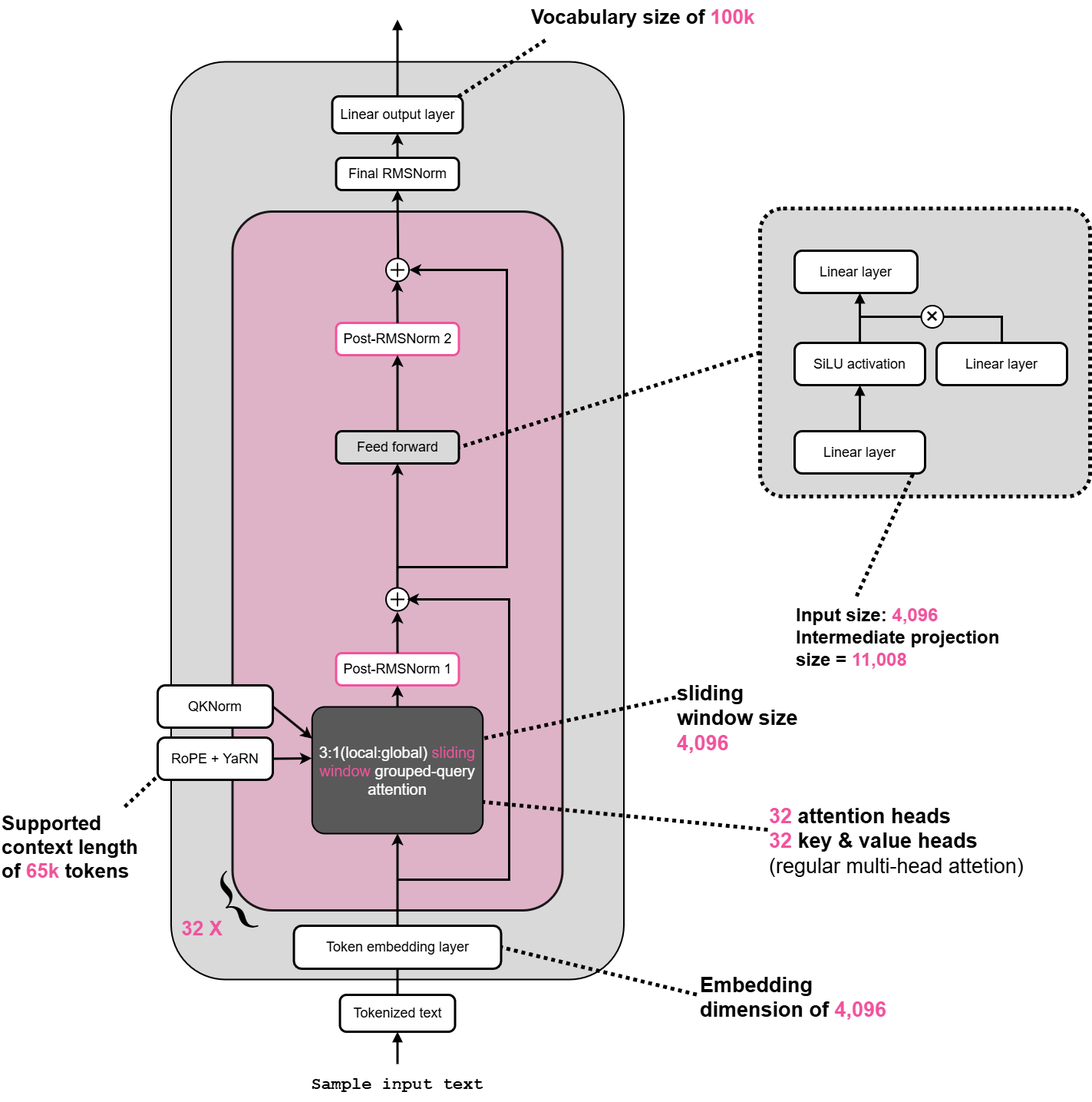
The draw.io diagram Models/Olmo/OLMo-3-(7B).drawio.png in EarthWind/deeparch, before a commit. Source tidied: cells renumbered, new cells last; positions are measured from the earlier drawing's top-left corner, leaving out a move shared by most shapes.
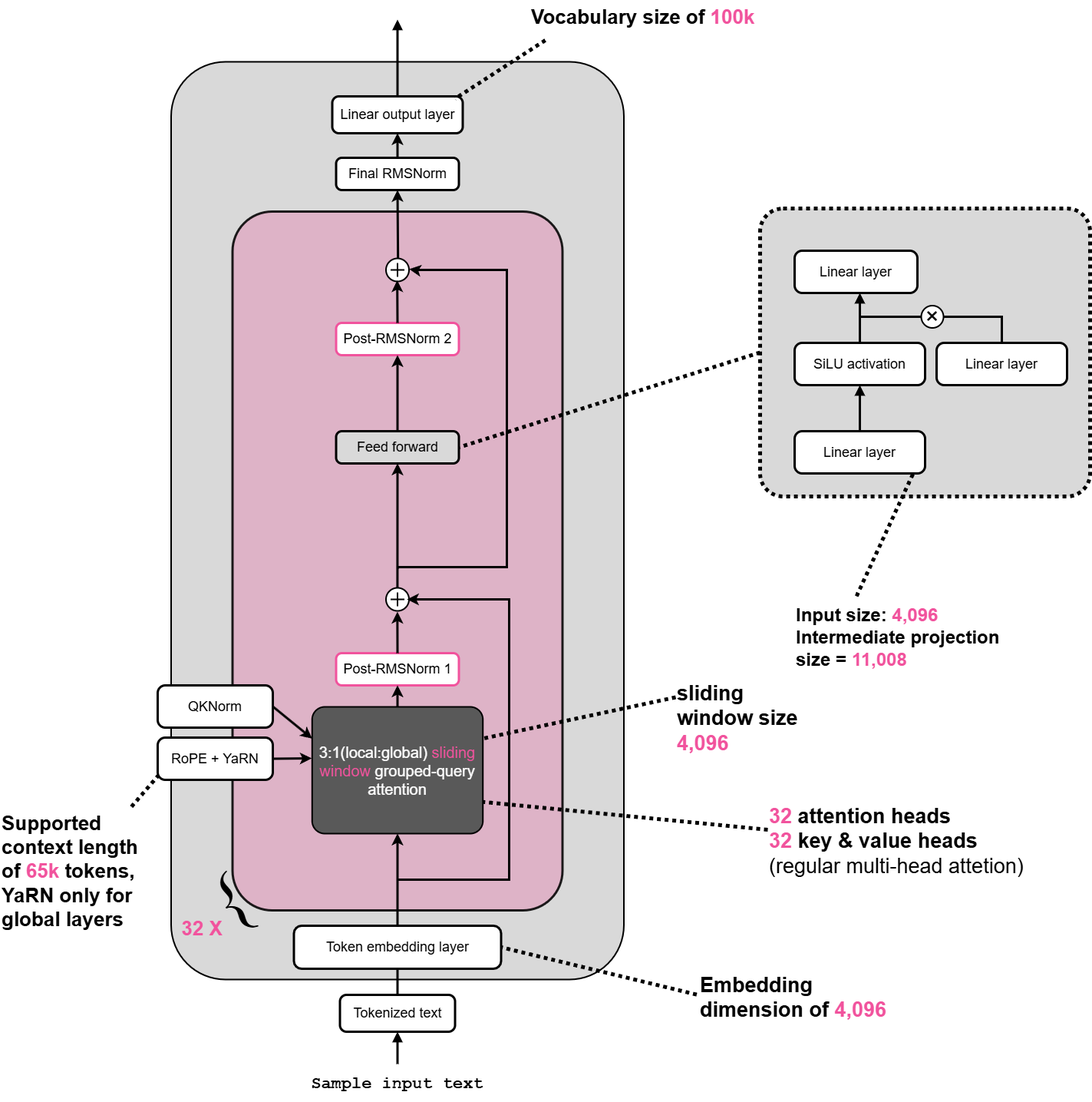
Later version of the same file.

Commit message:
chore models: update models architecture.

What changed in the source:
```diff
@@ -60,8 +60,8 @@
     <mxCell id="19" style="endArrow=none;html=1;rounded=0;strokeWidth=5;strokeColor=#000000;dashed=1;dashPattern=1 1;exitX=0.061;exitY=0.944;exitDx=0;exitDy=0;exitPerimeter=0;entryX=0.941;entryY=0.063;entryDx=0;entryDy=0;entryPerimeter=0;" parent="1" edge="1" source="18" target="7">
       <mxGeometry relative="1" as="geometry" />
     </mxCell>
-    <mxCell id="20" value="Supported&lt;br&gt;context length&lt;br&gt;of &lt;font style=&quot;color: light-dark(rgb(241, 83, 157), rgb(62, 62, 62));&quot;&gt;65k&lt;/font&gt;&lt;font style=&quot;color: rgb(0, 204, 0);&quot;&gt;&amp;nbsp;&lt;/font&gt;tokens" style="text;html=1;strokeColor=none;fillColor=none;align=left;verticalAlign=top;whiteSpace=wrap;rounded=0;fontFamily=Arial;fontStyle=1;fontSize=28;fontColor=#000000;fontSize=26;" parent="1" vertex="1">
-      <mxGeometry y="1050" width="195" height="120" as="geometry" />
+    <mxCell id="20" value="Supported&lt;br&gt;context length&lt;br&gt;of &lt;font style=&quot;color: light-dark(rgb(241, 83, 157), rgb(62, 62, 62));&quot;&gt;65k&lt;/font&gt;&lt;font style=&quot;color: rgb(0, 204, 0);&quot;&gt;&amp;nbsp;&lt;/font&gt;tokens,&lt;div&gt;YaRN only for global layers&lt;/div&gt;" style="text;html=1;strokeColor=none;fillColor=none;align=left;verticalAlign=top;whiteSpace=wrap;rounded=0;fontFamily=Arial;fontStyle=1;fontSize=28;fontColor=#000000;fontSize=26;" parent="1" vertex="1">
+      <mxGeometry y="1050" width="195" height="170" as="geometry" />
     </mxCell>
     <mxCell id="21" style="endArrow=none;html=1;rounded=0;strokeWidth=5;strokeColor=#000000;dashed=1;dashPattern=1 1;entryX=0.005;entryY=0.899;entryDx=0;entryDy=0;entryPerimeter=0;" parent="1" edge="1" source="20" target="14">
       <mxGeometry relative="1" as="geometry" />
```
